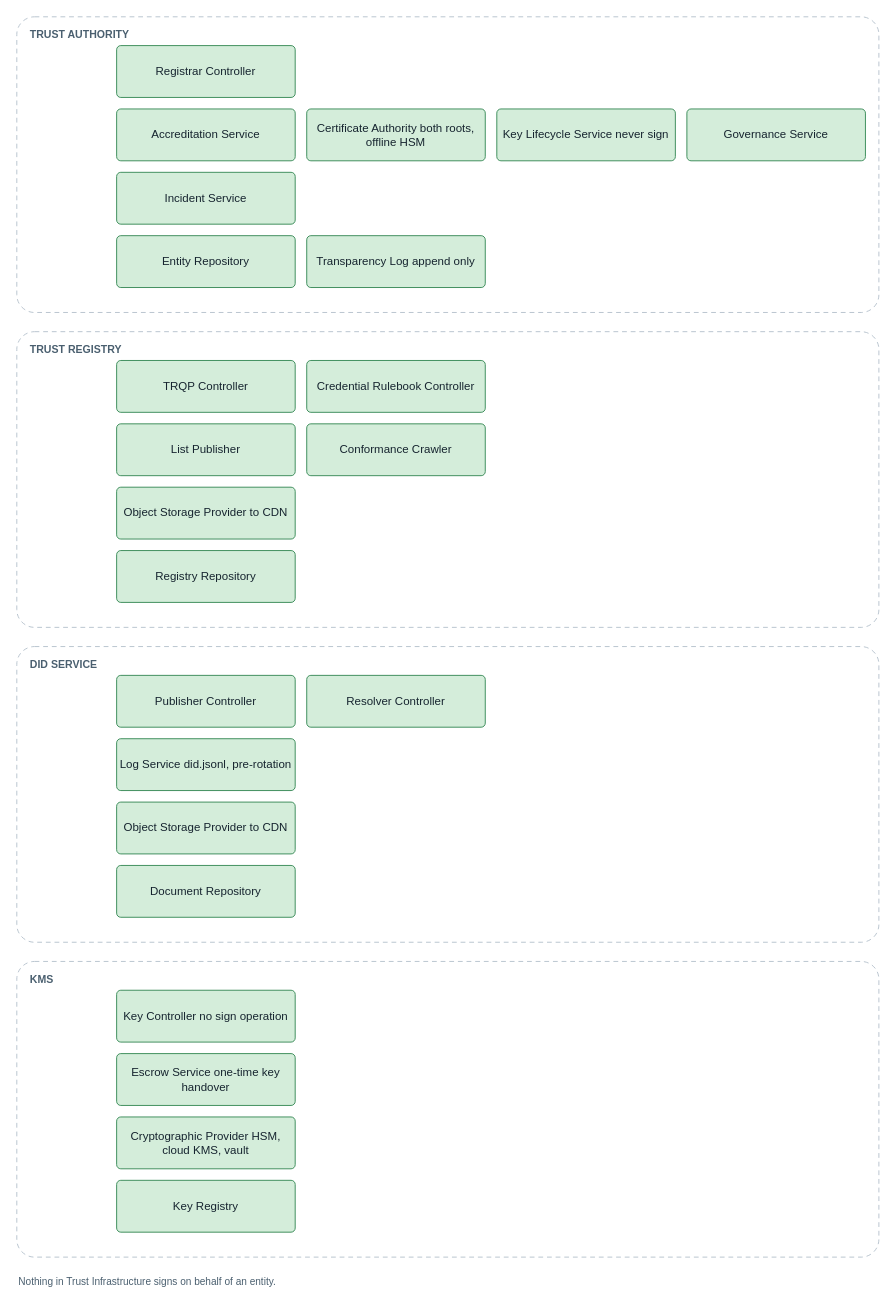
Before: images/architecture-framework/software-architecture/component-trust-infrastructure.drawio in id-verifiable-credential-dev/id-doc-idctf, a draw.io diagram. Source tidied: cells renumbered, new cells numbered last; positions are measured from the earlier drawing's top-left corner, leaving out a move shared by most shapes. Both pictures are drawn from the tidied source at 96%, with x=0, y=0 at pixel (16, 16).
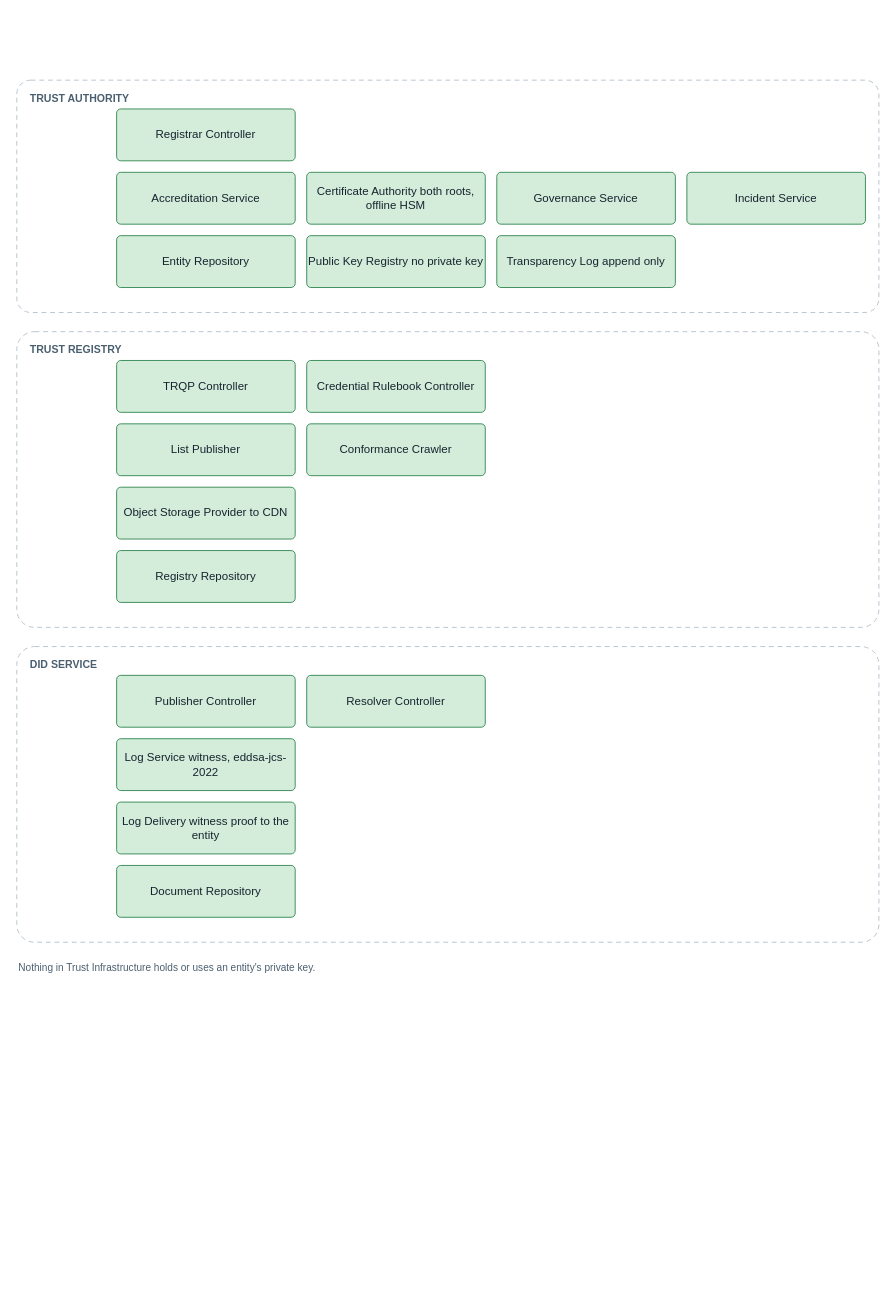
The same page after the edit.

The edit, as a diff of the source:
```diff
@@
     <mxCell id="2" value="TRUST AUTHORITY" style="rounded=1;arcSize=6;fillColor=none;strokeColor=#b8c4ce;dashed=1;dashPattern=5 4;verticalAlign=top;align=left;spacingLeft=12;spacingTop=6;fontSize=11;fontStyle=1;fontColor=#4a5f6f;html=1;" parent="1" vertex="1">
-      <mxGeometry width="898" height="308" as="geometry" />
+      <mxGeometry y="66" width="898" height="242" as="geometry" />
     </mxCell>
     <mxCell id="3" value="Registrar Controller" style="rounded=1;arcSize=8;fillColor=#d4edda;strokeColor=#3c8d5a;fontSize=12;fontColor=#16242f;html=1;whiteSpace=wrap;verticalAlign=middle;" parent="1" vertex="1">
-      <mxGeometry x="104" y="30" width="186" height="54" as="geometry" />
+      <mxGeometry x="104" y="96" width="186" height="54" as="geometry" />
     </mxCell>
     <mxCell id="4" value="Accreditation Service" style="rounded=1;arcSize=8;fillColor=#d4edda;strokeColor=#3c8d5a;fontSize=12;fontColor=#16242f;html=1;whiteSpace=wrap;verticalAlign=middle;" parent="1" vertex="1">
-      <mxGeometry x="104" y="96" width="186" height="54" as="geometry" />
+      <mxGeometry x="104" y="162" width="186" height="54" as="geometry" />
     </mxCell>
     <mxCell id="5" value="Certificate Authority both roots, offline HSM" style="rounded=1;arcSize=8;fillColor=#d4edda;strokeColor=#3c8d5a;fontSize=12;fontColor=#16242f;html=1;whiteSpace=wrap;verticalAlign=middle;" parent="1" vertex="1">
-      <mxGeometry x="302" y="96" width="186" height="54" as="geometry" />
+      <mxGeometry x="302" y="162" width="186" height="54" as="geometry" />
     </mxCell>
-    <mxCell id="6" value="Key Lifecycle Service never sign" style="rounded=1;arcSize=8;fillColor=#d4edda;strokeColor=#3c8d5a;fontSize=12;fontColor=#16242f;html=1;whiteSpace=wrap;verticalAlign=middle;" parent="1" vertex="1">
-      <mxGeometry x="500" y="96" width="186" height="54" as="geometry" />
+    <mxCell id="6" value="Governance Service" style="rounded=1;arcSize=8;fillColor=#d4edda;strokeColor=#3c8d5a;fontSize=12;fontColor=#16242f;html=1;whiteSpace=wrap;verticalAlign=middle;" parent="1" vertex="1">
+      <mxGeometry x="500" y="162" width="186" height="54" as="geometry" />
     </mxCell>
-    <mxCell id="7" value="Governance Service" style="rounded=1;arcSize=8;fillColor=#d4edda;strokeColor=#3c8d5a;fontSize=12;fontColor=#16242f;html=1;whiteSpace=wrap;verticalAlign=middle;" parent="1" vertex="1">
-      <mxGeometry x="698" y="96" width="186" height="54" as="geometry" />
+    <mxCell id="7" value="Incident Service" style="rounded=1;arcSize=8;fillColor=#d4edda;strokeColor=#3c8d5a;fontSize=12;fontColor=#16242f;html=1;whiteSpace=wrap;verticalAlign=middle;" parent="1" vertex="1">
+      <mxGeometry x="698" y="162" width="186" height="54" as="geometry" />
     </mxCell>
-    <mxCell id="8" value="Incident Service" style="rounded=1;arcSize=8;fillColor=#d4edda;strokeColor=#3c8d5a;fontSize=12;fontColor=#16242f;html=1;whiteSpace=wrap;verticalAlign=middle;" parent="1" vertex="1">
-      <mxGeometry x="104" y="162" width="186" height="54" as="geometry" />
+    <mxCell id="8" value="Entity Repository" style="rounded=1;arcSize=8;fillColor=#d4edda;strokeColor=#3c8d5a;fontSize=12;fontColor=#16242f;html=1;whiteSpace=wrap;verticalAlign=middle;" parent="1" vertex="1">
+      <mxGeometry x="104" y="228" width="186" height="54" as="geometry" />
     </mxCell>
-    <mxCell id="9" value="Entity Repository" style="rounded=1;arcSize=8;fillColor=#d4edda;strokeColor=#3c8d5a;fontSize=12;fontColor=#16242f;html=1;whiteSpace=wrap;verticalAlign=middle;" parent="1" vertex="1">
-      <mxGeometry x="104" y="228" width="186" height="54" as="geometry" />
+    <mxCell id="9" value="Public Key Registry no private key" style="rounded=1;arcSize=8;fillColor=#d4edda;strokeColor=#3c8d5a;fontSize=12;fontColor=#16242f;html=1;whiteSpace=wrap;verticalAlign=middle;" parent="1" vertex="1">
+      <mxGeometry x="302" y="228" width="186" height="54" as="geometry" />
     </mxCell>
     <mxCell id="10" value="Transparency Log append only" style="rounded=1;arcSize=8;fillColor=#d4edda;strokeColor=#3c8d5a;fontSize=12;fontColor=#16242f;html=1;whiteSpace=wrap;verticalAlign=middle;" parent="1" vertex="1">
-      <mxGeometry x="302" y="228" width="186" height="54" as="geometry" />
+      <mxGeometry x="500" y="228" width="186" height="54" as="geometry" />
     </mxCell>
@@
-    <mxCell id="21" value="Log Service did.jsonl, pre-rotation" style="rounded=1;arcSize=8;fillColor=#d4edda;strokeColor=#3c8d5a;fontSize=12;fontColor=#16242f;html=1;whiteSpace=wrap;verticalAlign=middle;" parent="1" vertex="1">
+    <mxCell id="21" value="Log Service witness, eddsa-jcs-2022" style="rounded=1;arcSize=8;fillColor=#d4edda;strokeColor=#3c8d5a;fontSize=12;fontColor=#16242f;html=1;whiteSpace=wrap;verticalAlign=middle;" parent="1" vertex="1">
       <mxGeometry x="104" y="752" width="186" height="54" as="geometry" />
     </mxCell>
-    <mxCell id="22" value="Object Storage Provider to CDN" style="rounded=1;arcSize=8;fillColor=#d4edda;strokeColor=#3c8d5a;fontSize=12;fontColor=#16242f;html=1;whiteSpace=wrap;verticalAlign=middle;" parent="1" vertex="1">
+    <mxCell id="22" value="Log Delivery witness proof to the entity" style="rounded=1;arcSize=8;fillColor=#d4edda;strokeColor=#3c8d5a;fontSize=12;fontColor=#16242f;html=1;whiteSpace=wrap;verticalAlign=middle;" parent="1" vertex="1">
       <mxGeometry x="104" y="818" width="186" height="54" as="geometry" />
     </mxCell>
@@
-    <mxCell id="24" value="KMS" style="rounded=1;arcSize=6;fillColor=none;strokeColor=#b8c4ce;dashed=1;dashPattern=5 4;verticalAlign=top;align=left;spacingLeft=12;spacingTop=6;fontSize=11;fontStyle=1;fontColor=#4a5f6f;html=1;" parent="1" vertex="1">
-      <mxGeometry y="984" width="898" height="308" as="geometry" />
-    </mxCell>
-    <mxCell id="25" value="Key Controller no sign operation" style="rounded=1;arcSize=8;fillColor=#d4edda;strokeColor=#3c8d5a;fontSize=12;fontColor=#16242f;html=1;whiteSpace=wrap;verticalAlign=middle;" parent="1" vertex="1">
-      <mxGeometry x="104" y="1014" width="186" height="54" as="geometry" />
-    </mxCell>
-    <mxCell id="26" value="Escrow Service one-time key handover" style="rounded=1;arcSize=8;fillColor=#d4edda;strokeColor=#3c8d5a;fontSize=12;fontColor=#16242f;html=1;whiteSpace=wrap;verticalAlign=middle;" parent="1" vertex="1">
-      <mxGeometry x="104" y="1080" width="186" height="54" as="geometry" />
-    </mxCell>
-    <mxCell id="27" value="Cryptographic Provider HSM, cloud KMS, vault" style="rounded=1;arcSize=8;fillColor=#d4edda;strokeColor=#3c8d5a;fontSize=12;fontColor=#16242f;html=1;whiteSpace=wrap;verticalAlign=middle;" parent="1" vertex="1">
-      <mxGeometry x="104" y="1146" width="186" height="54" as="geometry" />
-    </mxCell>
-    <mxCell id="28" value="Key Registry" style="rounded=1;arcSize=8;fillColor=#d4edda;strokeColor=#3c8d5a;fontSize=12;fontColor=#16242f;html=1;whiteSpace=wrap;verticalAlign=middle;" parent="1" vertex="1">
-      <mxGeometry x="104" y="1212" width="186" height="54" as="geometry" />
-    </mxCell>
-    <mxCell id="29" value="Nothing in Trust Infrastructure signs on behalf of an entity." style="text;html=1;strokeColor=none;fillColor=none;align=left;verticalAlign=middle;fontSize=10.5;fontColor=#4a5f6f;fontStyle=0;" parent="1" vertex="1">
-      <mxGeometry y="1308" width="220" height="20" as="geometry" />
-    </mxCell>
+    <mxCell id="30" value="Nothing in Trust Infrastructure holds or uses an entity's private key." style="text;html=1;strokeColor=none;fillColor=none;align=left;verticalAlign=middle;fontSize=10.5;fontColor=#4a5f6f;fontStyle=0;" parent="1" vertex="1">
+      <mxGeometry y="980" width="220" height="20" as="geometry" />
+    </mxCell>
```
